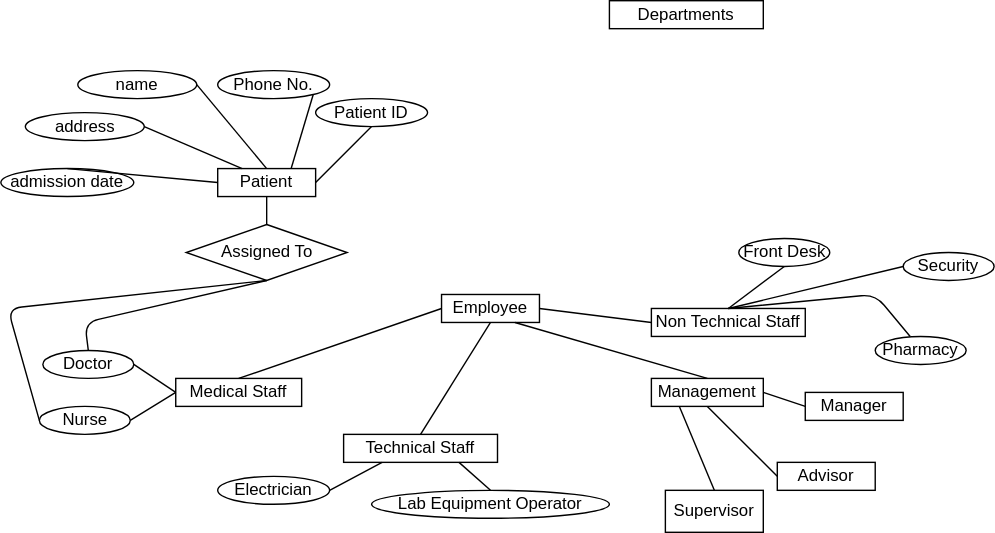
Above: er_dig.svg in listout/drawio_digs (draw.io), before the change. Source tidied: cells renumbered, new cells last; positions are measured from the earlier drawing's top-left corner, leaving out a move shared by most shapes.
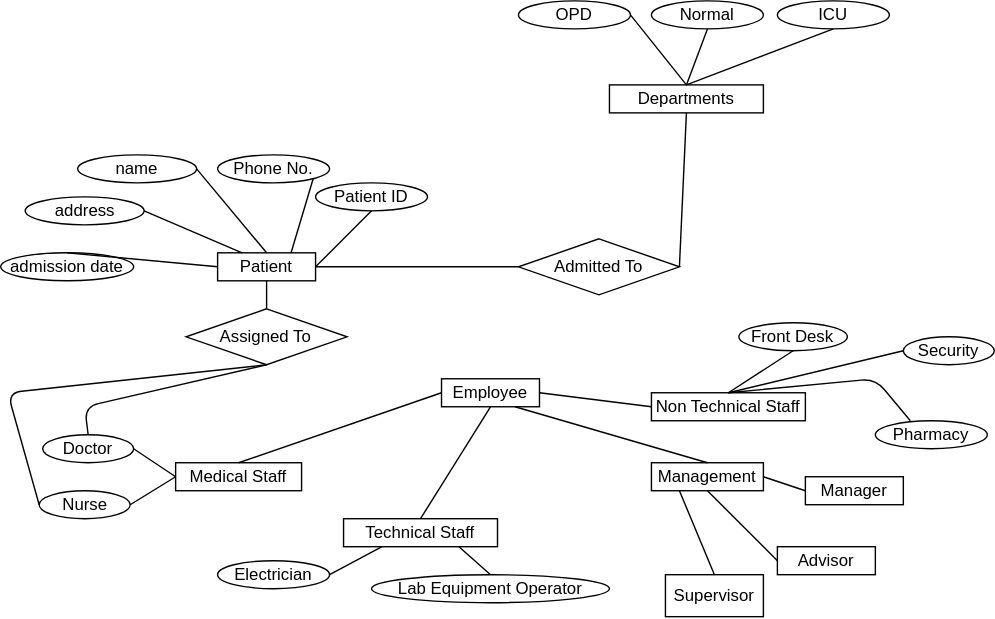
Later version of the same file.

The edit, as a diff of the source:
```diff
@@ -142,13 +142,40 @@
       <mxGeometry x="265" y="350" width="170" height="20" as="geometry" />
     </mxCell>
     <mxCell id="44" value="Front Desk" style="ellipse;whiteSpace=wrap;html=1;" parent="1" vertex="1">
-      <mxGeometry x="527.5" y="170" width="65" height="20" as="geometry" />
+      <mxGeometry x="527.5" y="170" width="77.5" height="20" as="geometry" />
     </mxCell>
     <mxCell id="45" value="Security" style="ellipse;whiteSpace=wrap;html=1;" parent="1" vertex="1">
       <mxGeometry x="645" y="180" width="65" height="20" as="geometry" />
     </mxCell>
     <mxCell id="46" value="Pharmacy" style="ellipse;whiteSpace=wrap;html=1;" parent="1" vertex="1">
-      <mxGeometry x="625" y="240" width="65" height="20" as="geometry" />
+      <mxGeometry x="625" y="240" width="80" height="20" as="geometry" />
     </mxCell>
+    <mxCell id="47" value="OPD" style="ellipse;whiteSpace=wrap;html=1;" parent="1" vertex="1">
+      <mxGeometry x="370" y="-60" width="80" height="20" as="geometry" />
+    </mxCell>
+    <mxCell id="48" value="Normal" style="ellipse;whiteSpace=wrap;html=1;" parent="1" vertex="1">
+      <mxGeometry x="465" y="-60" width="80" height="20" as="geometry" />
+    </mxCell>
+    <mxCell id="49" value="ICU" style="ellipse;whiteSpace=wrap;html=1;" parent="1" vertex="1">
+      <mxGeometry x="555" y="-60" width="80" height="20" as="geometry" />
+    </mxCell>
+    <mxCell id="50" style="endArrow=none;html=1;entryX=0.5;entryY=1;entryDx=0;entryDy=0;exitX=0.5;exitY=0;exitDx=0;exitDy=0;" parent="1" edge="1" source="39" target="47">
+      <mxGeometry relative="1" as="geometry" />
+    </mxCell>
+    <mxCell id="51" style="endArrow=none;html=1;entryX=0.5;entryY=1;entryDx=0;entryDy=0;exitX=0.5;exitY=0;exitDx=0;exitDy=0;" parent="1" edge="1" source="39" target="48">
+      <mxGeometry relative="1" as="geometry" />
+    </mxCell>
+    <mxCell id="52" style="endArrow=none;html=1;entryX=0.5;entryY=1;entryDx=0;entryDy=0;exitX=0.5;exitY=0;exitDx=0;exitDy=0;" parent="1" edge="1" source="39" target="49">
+      <mxGeometry relative="1" as="geometry" />
+    </mxCell>
+    <mxCell id="53" value="Admitted To" style="rhombus;whiteSpace=wrap;html=1;" parent="1" vertex="1">
+      <mxGeometry x="370" y="110" width="115" height="40" as="geometry" />
+    </mxCell>
+    <mxCell id="54" style="endArrow=none;html=1;entryX=1;entryY=0.5;entryDx=0;entryDy=0;exitX=0.5;exitY=1;exitDx=0;exitDy=0;" parent="1" edge="1" source="39" target="53">
+      <mxGeometry relative="1" as="geometry" />
+    </mxCell>
+    <mxCell id="55" style="endArrow=none;html=1;entryX=0;entryY=0.5;entryDx=0;entryDy=0;exitX=1;exitY=0.5;exitDx=0;exitDy=0;" parent="1" edge="1" source="24" target="53">
+      <mxGeometry relative="1" as="geometry" />
+    </mxCell>
   </root>
 </mxGraphModel>
```
